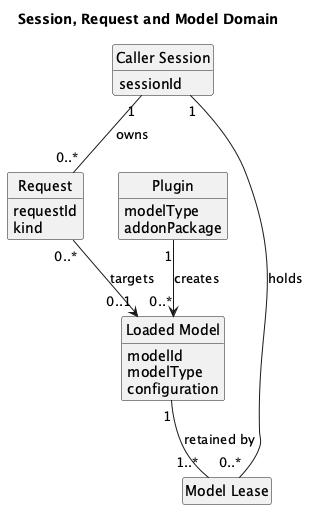
tetherto/qvac keeps this PlantUML diagram as docs/architecture/puml/images/06-domain-model.png. Above is the earlier version. Source of this version:
```plantuml
@startuml
title Session, Request and Model Domain
hide circle
hide empty members

class "Caller Session" as Session {
    sessionId
}

class Request {
    requestId
    kind
}

class "Model Lease" as Lease
class "Loaded Model" as Model {
    modelId
    modelType
    configuration
}

class Plugin {
    modelType
    addonPackage
}

Session "1" -- "0..*" Request : owns
Session "1" -- "0..*" Lease : holds
Model "1" -- "1..*" Lease : retained by
Request "0..*" --> "0..1" Model : targets
Plugin "1" --> "0..*" Model : creates
@enduml
```
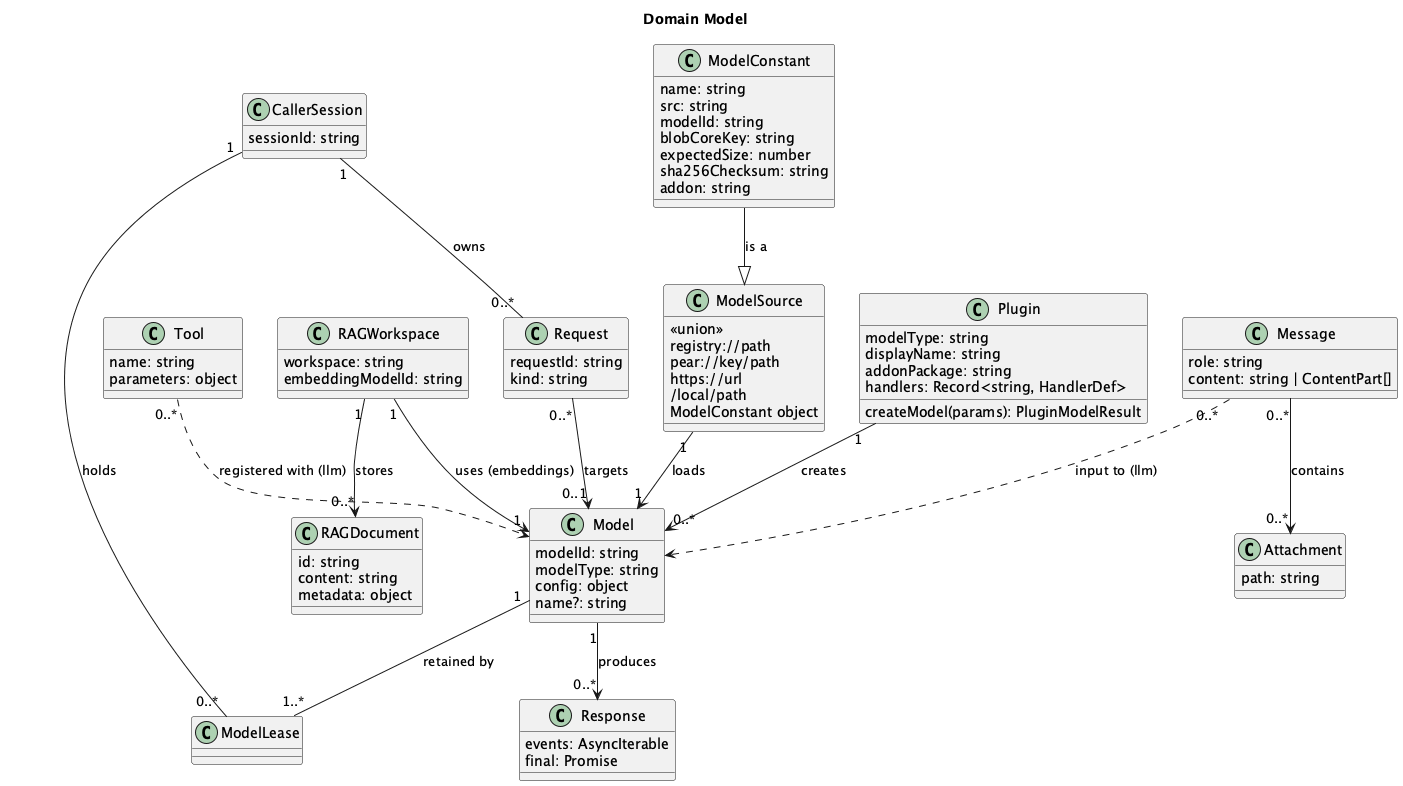
Above is the later version.

Change to the diagram source:
```diff
@@ -1,32 +1,97 @@
 @startuml
-title Session, Request and Model Domain
-hide circle
-hide empty members
+title Domain Model
 
-class "Caller Session" as Session {
-    sessionId
+top to bottom direction
+
+class Plugin {
+    modelType: string
+    displayName: string
+    addonPackage: string
+    handlers: Record<string, HandlerDef>
+    createModel(params): PluginModelResult
+}
+
+class Model {
+    modelId: string
+    modelType: string
+    config: object
+    name?: string
+}
+
+class CallerSession {
+    sessionId: string
 }
 
 class Request {
-    requestId
-    kind
+    requestId: string
+    kind: string
 }
 
-class "Model Lease" as Lease
-class "Loaded Model" as Model {
-    modelId
-    modelType
-    configuration
+class ModelLease
+
+class ModelConstant {
+    name: string
+    src: string
+    modelId: string
+    blobCoreKey: string
+    expectedSize: number
+    sha256Checksum: string
+    addon: string
 }
 
-class Plugin {
-    modelType
-    addonPackage
+class ModelSource {
+    <<union>>
+    registry://path
+    pear://key/path
+    https://url
+    /local/path
+    ModelConstant object
 }
 
-Session "1" -- "0..*" Request : owns
-Session "1" -- "0..*" Lease : holds
-Model "1" -- "1..*" Lease : retained by
+class Message {
+    role: string
+    content: string | ContentPart[]
+}
+
+class Attachment {
+    path: string
+}
+
+class Tool {
+    name: string
+    parameters: object
+}
+
+class Response {
+    events: AsyncIterable
+    final: Promise
+}
+
+class RAGWorkspace {
+    workspace: string
+    embeddingModelId: string
+}
+
+class RAGDocument {
+    id: string
+    content: string
+    metadata: object
+}
+
+Plugin "1" --> "0..*" Model : creates
+CallerSession "1" -- "0..*" Request : owns
+CallerSession "1" -- "0..*" ModelLease : holds
+Model "1" -- "1..*" ModelLease : retained by
 Request "0..*" --> "0..1" Model : targets
-Plugin "1" --> "0..*" Model : creates
+ModelSource "1" --> "1" Model : loads
+ModelConstant --|> ModelSource : is a
+
+Message "0..*" --> "0..*" Attachment : contains
+Message "0..*" ..> Model : input to (llm)
+Tool "0..*" ..> Model : registered with (llm)
+Model "1" --> "0..*" Response : produces
+
+RAGWorkspace "1" --> "1" Model : uses (embeddings)
+RAGWorkspace "1" --> "0..*" RAGDocument : stores
+
 @enduml
```
